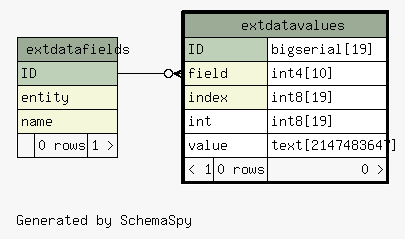
Earlier version of the Graphviz export diagrams/extdatavalues.1degree.png (zeyosinc/zeyos-schema). Its source is kept beside it as diagrams/extdatavalues.1degree.dot. The source it was exported from:
```dot
digraph "oneDegreeRelationshipsDiagram" {
  graph [
    rankdir="RL"
    bgcolor="#f7f7f7"
    label="\nGenerated by SchemaSpy"
    labeljust="l"
    nodesep="0.18"
    ranksep="0.46"
    fontname="Helvetica"
    fontsize="11"
  ];
  node [
    fontname="Helvetica"
    fontsize="11"
    shape="plaintext"
  ];
  edge [
    arrowsize="0.8"
  ];
  "extdatavalues":"field":w -> "extdatafields":"ID":e [arrowhead=none dir=back arrowtail=crowodot];
  "extdatafields" [
    label=<
    <TABLE BORDER="0" CELLBORDER="1" CELLSPACING="0" BGCOLOR="#ffffff">
      <TR><TD COLSPAN="3" BGCOLOR="#9bab96" ALIGN="CENTER">extdatafields</TD></TR>
      <TR><TD PORT="ID" COLSPAN="3" BGCOLOR="#bed1b8" ALIGN="LEFT">ID</TD></TR>
      <TR><TD PORT="entity" COLSPAN="3" BGCOLOR="#f4f7da" ALIGN="LEFT">entity</TD></TR>
      <TR><TD PORT="name" COLSPAN="3" BGCOLOR="#f4f7da" ALIGN="LEFT">name</TD></TR>
      <TR><TD ALIGN="LEFT" BGCOLOR="#f7f7f7">  </TD><TD ALIGN="RIGHT" BGCOLOR="#f7f7f7">0 rows</TD><TD ALIGN="RIGHT" BGCOLOR="#f7f7f7">1 &gt;</TD></TR>
    </TABLE>>
    URL="extdatafields.html"
    tooltip="extdatafields"
  ];
  "extdatavalues" [
    label=<
    <TABLE BORDER="2" CELLBORDER="1" CELLSPACING="0" BGCOLOR="#ffffff">
      <TR><TD COLSPAN="3" BGCOLOR="#9bab96" ALIGN="CENTER">extdatavalues</TD></TR>
      <TR><TD PORT="ID" COLSPAN="2" BGCOLOR="#bed1b8" ALIGN="LEFT">ID</TD><TD PORT="ID.type" ALIGN="LEFT">bigserial[19]</TD></TR>
      <TR><TD PORT="field" COLSPAN="2" BGCOLOR="#f4f7da" ALIGN="LEFT">field</TD><TD PORT="field.type" ALIGN="LEFT">int4[10]</TD></TR>
      <TR><TD PORT="index" COLSPAN="2" BGCOLOR="#f4f7da" ALIGN="LEFT">index</TD><TD PORT="index.type" ALIGN="LEFT">int8[19]</TD></TR>
      <TR><TD PORT="int" COLSPAN="2" ALIGN="LEFT">int</TD><TD PORT="int.type" ALIGN="LEFT">int8[19]</TD></TR>
      <TR><TD PORT="value" COLSPAN="2" ALIGN="LEFT">value</TD><TD PORT="value.type" ALIGN="LEFT">text[2147483647]</TD></TR>
      <TR><TD ALIGN="LEFT" BGCOLOR="#f7f7f7">&lt; 1</TD><TD ALIGN="RIGHT" BGCOLOR="#f7f7f7">0 rows</TD><TD ALIGN="RIGHT" BGCOLOR="#f7f7f7">0 &gt;</TD></TR>
    </TABLE>>
    URL="extdatavalues.html"
    tooltip="extdatavalues"
  ];
}
```
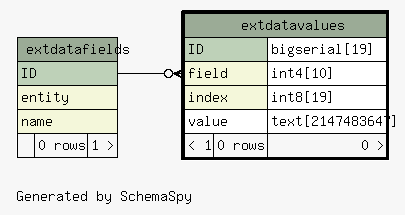
The same file after the commit.

Change to the diagram source:
```diff
@@ -37,7 +37,6 @@
       <TR><TD PORT="ID" COLSPAN="2" BGCOLOR="#bed1b8" ALIGN="LEFT">ID</TD><TD PORT="ID.type" ALIGN="LEFT">bigserial[19]</TD></TR>
       <TR><TD PORT="field" COLSPAN="2" BGCOLOR="#f4f7da" ALIGN="LEFT">field</TD><TD PORT="field.type" ALIGN="LEFT">int4[10]</TD></TR>
       <TR><TD PORT="index" COLSPAN="2" BGCOLOR="#f4f7da" ALIGN="LEFT">index</TD><TD PORT="index.type" ALIGN="LEFT">int8[19]</TD></TR>
-      <TR><TD PORT="int" COLSPAN="2" ALIGN="LEFT">int</TD><TD PORT="int.type" ALIGN="LEFT">int8[19]</TD></TR>
       <TR><TD PORT="value" COLSPAN="2" ALIGN="LEFT">value</TD><TD PORT="value.type" ALIGN="LEFT">text[2147483647]</TD></TR>
       <TR><TD ALIGN="LEFT" BGCOLOR="#f7f7f7">&lt; 1</TD><TD ALIGN="RIGHT" BGCOLOR="#f7f7f7">0 rows</TD><TD ALIGN="RIGHT" BGCOLOR="#f7f7f7">0 &gt;</TD></TR>
     </TABLE>>
```
